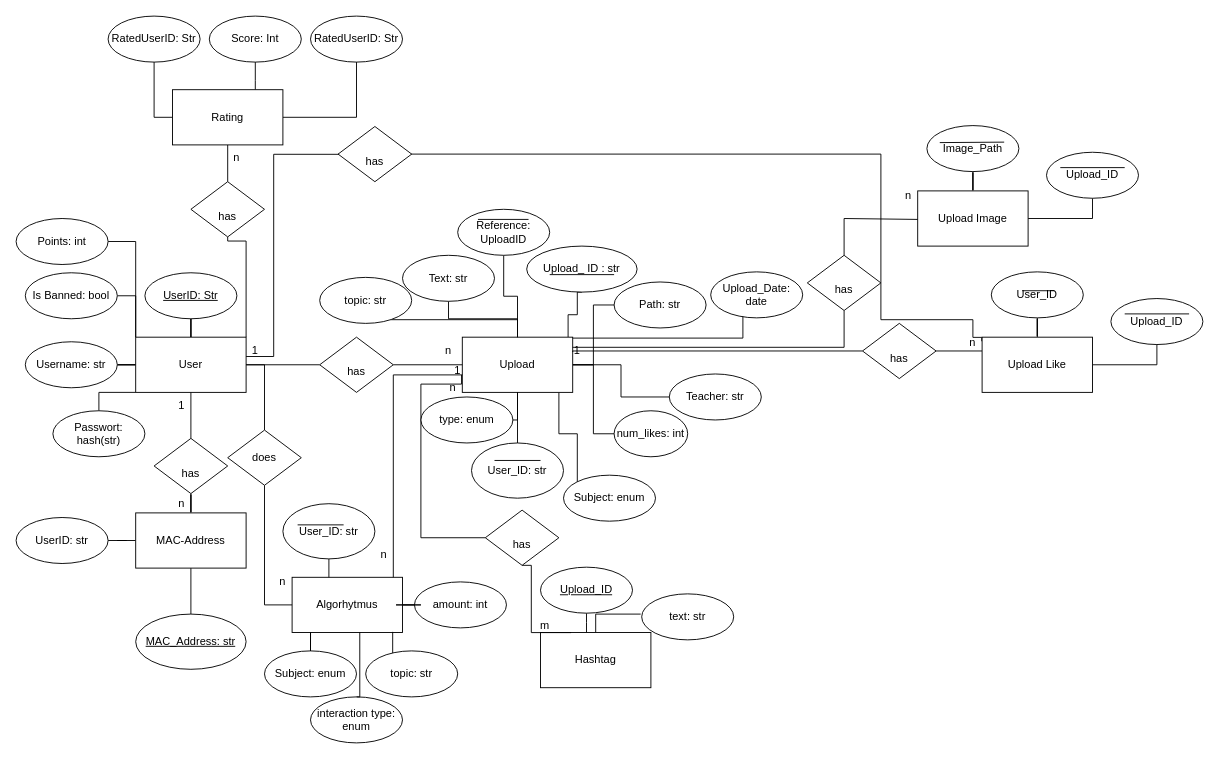
Above: page "ERM" (1 of 3) of Abschreibeboerse.drawio in TheOnlyKingKev/Abschreibeboerse (draw.io), before the change. Source tidied: cells renumbered, new cells numbered last; positions are measured from the earlier drawing's top-left corner, leaving out a move shared by most shapes. Both pictures are drawn from the tidied source at 92%, with x=0, y=0 at pixel (16, 16).
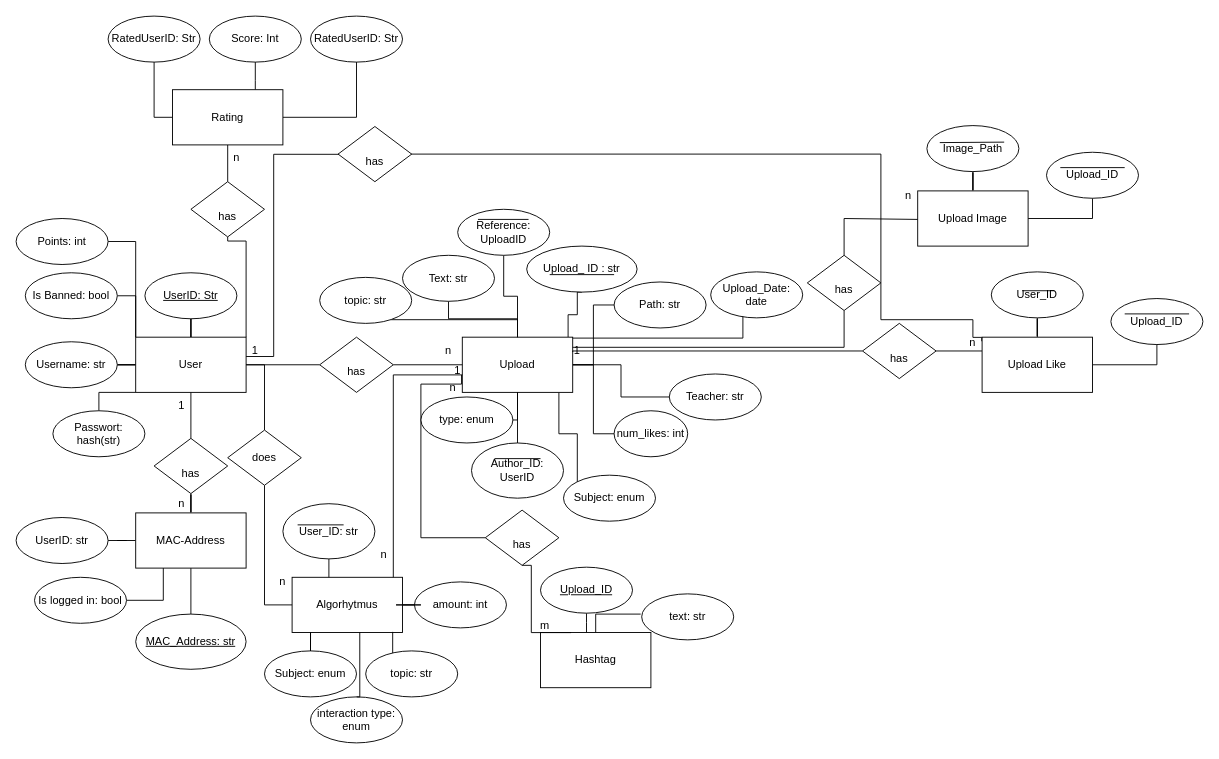
After the change.

The change refers to these unchanged cells:
```xml
<mxCell id="31" value="MAC-Address" style="rounded=0;whiteSpace=wrap;html=1;" parent="1" vertex="1">
  <mxGeometry x="130" y="540" width="120" height="60" as="geometry" />
</mxCell>
```

The edit, as a diff of the source:
```diff
@@
-    <mxCell id="43" value="User_ID: str" style="ellipse;whiteSpace=wrap;html=1;shapeInside=1;" parent="1" vertex="1">
+    <mxCell id="43" value="Author_ID: UserID" style="ellipse;whiteSpace=wrap;html=1;shapeInside=1;" parent="1" vertex="1">
       <mxGeometry x="495" y="464" width="100" height="60" as="geometry" />
     </mxCell>
@@
     <mxCell id="45" style="endArrow=none;html=1;rounded=0;" parent="1" edge="1">
       <mxGeometry relative="1" as="geometry">
-        <mxPoint x="570" y="483" as="sourcePoint" />
-        <mxPoint x="520" y="483" as="targetPoint" />
+        <mxPoint x="570" y="481" as="sourcePoint" />
+        <mxPoint x="520" y="481" as="targetPoint" />
       </mxGeometry>
     </mxCell>
@@
+    <mxCell id="120" style="edgeStyle=orthogonalEdgeStyle;rounded=0;jettySize=auto;html=1;entryX=0.25;entryY=1;entryDx=0;entryDy=0;defaultLabelBackgroundColor=page;endArrow=none;endFill=0;" parent="1" edge="1" source="121" target="31">
+      <mxGeometry relative="1" as="geometry" />
+    </mxCell>
+    <mxCell id="121" value="Is logged in: bool" style="ellipse;whiteSpace=wrap;html=1;shapeInside=1;" parent="1" vertex="1">
+      <mxGeometry x="20" y="610" width="100" height="50" as="geometry" />
+    </mxCell>
```
